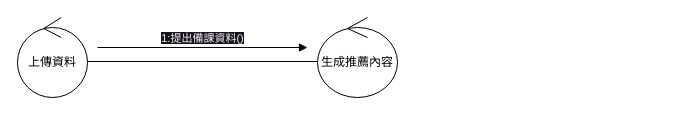
Above: page "老師身分" (1 of 2) of 溝通圖(建議資料).drawio in Kevincheng0804/System-analysis (draw.io), before the change. Source tidied: cells renumbered, new cells numbered last; positions are measured from the earlier drawing's top-left corner, leaving out a move shared by most shapes. Both pictures are drawn from the tidied source at 100%, with x=0, y=0 at pixel (17, 17).
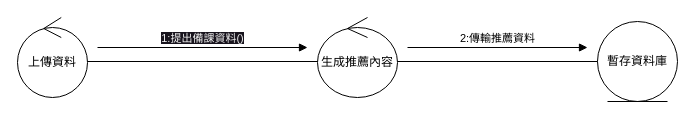
Above is the later version.

Change to the diagram source:
```diff
@@
 <mxGraphModel>
   <root>
     <mxCell id="0" />
     <mxCell id="1" parent="0" />
     <mxCell id="2" value="上傳資料" style="ellipse;shape=umlControl;whiteSpace=wrap;html=1;" parent="1" vertex="1">
       <mxGeometry width="70" height="80" as="geometry" />
     </mxCell>
     <mxCell id="3" value="生成推薦內容" style="ellipse;shape=umlControl;whiteSpace=wrap;html=1;" parent="1" vertex="1">
       <mxGeometry x="300" width="80" height="80" as="geometry" />
     </mxCell>
     <mxCell id="4" style="line;strokeWidth=1;fillColor=none;align=left;verticalAlign=middle;spacingTop=-1;spacingLeft=3;spacingRight=3;labelPosition=right;strokeColor=inherit;" parent="1" vertex="1">
       <mxGeometry x="70" y="40" width="230" height="8" as="geometry" />
     </mxCell>
     <mxCell id="5" value="&lt;span style=&quot;color: rgb(240, 240, 240); background-color: rgb(24, 20, 29);&quot;&gt;1:提出備課資料()&lt;/span&gt;" style="html=1;verticalAlign=bottom;endArrow=block;curved=0;rounded=0;" parent="1" edge="1">
       <mxGeometry relative="1" as="geometry">
         <mxPoint x="80" y="30" as="sourcePoint" />
         <mxPoint x="290" y="30" as="targetPoint" />
       </mxGeometry>
     </mxCell>
+    <mxCell id="6" value="暫存資料庫" style="ellipse;shape=umlEntity;whiteSpace=wrap;html=1;" parent="1" vertex="1">
+      <mxGeometry x="580" y="4" width="80" height="80" as="geometry" />
+    </mxCell>
+    <mxCell id="7" style="line;strokeWidth=1;fillColor=none;align=left;verticalAlign=middle;spacingTop=-1;spacingLeft=3;spacingRight=3;labelPosition=right;strokeColor=inherit;" parent="1" vertex="1">
+      <mxGeometry x="380" y="40" width="200" height="8" as="geometry" />
+    </mxCell>
+    <mxCell id="8" value="2:傳輸推薦資料" style="html=1;verticalAlign=bottom;endArrow=block;curved=0;rounded=0;" parent="1" edge="1">
+      <mxGeometry relative="1" as="geometry">
+        <mxPoint x="390" y="30" as="sourcePoint" />
+        <mxPoint x="570" y="30" as="targetPoint" />
+      </mxGeometry>
+    </mxCell>
   </root>
 </mxGraphModel>
```
